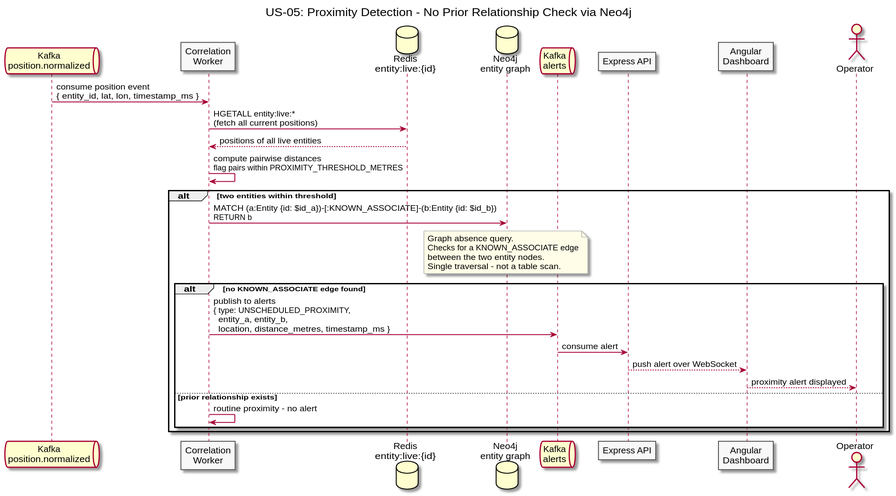
This is diagrams/docs/use-cases/US-05-unscheduled-proximity/proximity-detection.svg from Buffden/sentinel, a PlantUML export, as it was before one commit. Source of this version:
```plantuml
@startuml proximity-detection
title US-05: Proximity Detection - No Prior Relationship Check via Neo4j

skinparam sequenceArrowThickness 1.5
skinparam participantBorderColor #555555
skinparam participantBackgroundColor #F8F8F8
skinparam noteBorderColor #AAAAAA
skinparam noteBackgroundColor #FFFDE7

queue "Kafka\nposition.normalized" as Kafka
participant "Correlation\nWorker" as Correlation
database "Redis\nentity:live:{id}" as Redis
database "Neo4j\nentity graph" as Neo4j
queue "Kafka\nalerts" as Alerts
participant "Express API" as API
participant "Angular\nDashboard" as Dashboard
actor Operator

Kafka -> Correlation : consume position event\n{ entity_id, lat, lon, timestamp_ms }

Correlation -> Redis : HGETALL entity:live:*\n(fetch all current positions)
Redis --> Correlation : positions of all live entities

Correlation -> Correlation : compute pairwise distances\nflag pairs within PROXIMITY_THRESHOLD_METRES

alt two entities within threshold
  Correlation -> Neo4j : MATCH (a:Entity {id: $id_a})-[:KNOWN_ASSOCIATE]-(b:Entity {id: $id_b})\nRETURN b

  note over Neo4j
    Graph absence query.
    Checks for a KNOWN_ASSOCIATE edge
    between the two entity nodes.
    Single traversal - not a table scan.
  end note

  alt no KNOWN_ASSOCIATE edge found
    Correlation -> Alerts : publish to alerts\n{ type: UNSCHEDULED_PROXIMITY,\n  entity_a, entity_b,\n  location, distance_metres, timestamp_ms }
    Alerts -> API : consume alert
    API --> Dashboard : push alert over WebSocket
    Dashboard --> Operator : proximity alert displayed
  else prior relationship exists
    Correlation -> Correlation : routine proximity - no alert
  end
end

@enduml
```
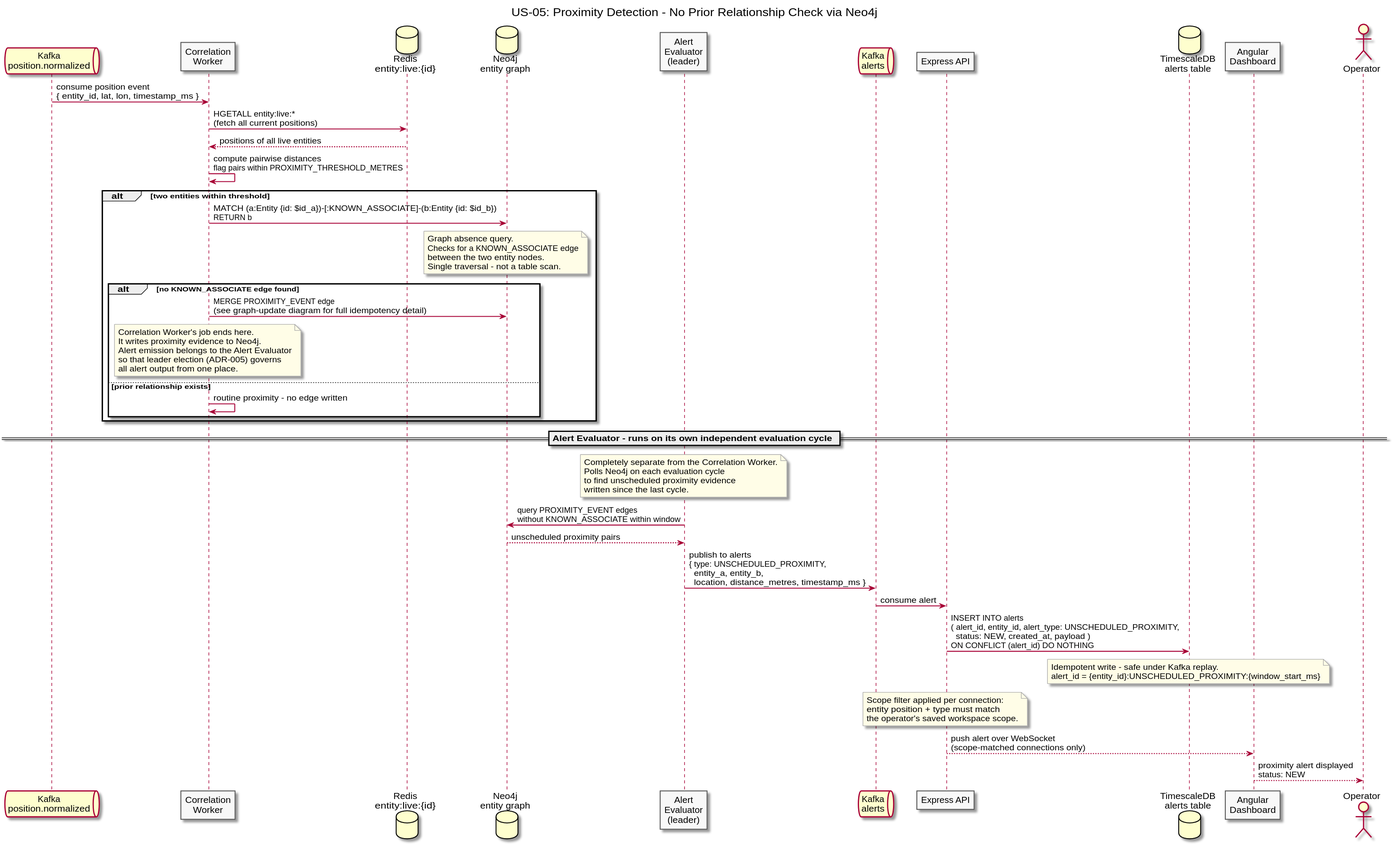
After the commit.

What changed in the source:
```diff
@@ -11,8 +11,10 @@
 participant "Correlation\nWorker" as Correlation
 database "Redis\nentity:live:{id}" as Redis
 database "Neo4j\nentity graph" as Neo4j
+participant "Alert\nEvaluator\n(leader)" as Evaluator
 queue "Kafka\nalerts" as Alerts
 participant "Express API" as API
+database "TimescaleDB\nalerts table" as TSDB
 participant "Angular\nDashboard" as Dashboard
 actor Operator
 
@@ -34,13 +36,48 @@
   end note
 
   alt no KNOWN_ASSOCIATE edge found
-    Correlation -> Alerts : publish to alerts\n{ type: UNSCHEDULED_PROXIMITY,\n  entity_a, entity_b,\n  location, distance_metres, timestamp_ms }
-    Alerts -> API : consume alert
-    API --> Dashboard : push alert over WebSocket
-    Dashboard --> Operator : proximity alert displayed
+    Correlation -> Neo4j : MERGE PROXIMITY_EVENT edge\n(see graph-update diagram for full idempotency detail)
+
+    note over Correlation
+      Correlation Worker's job ends here.
+      It writes proximity evidence to Neo4j.
+      Alert emission belongs to the Alert Evaluator
+      so that leader election (ADR-005) governs
+      all alert output from one place.
+    end note
   else prior relationship exists
-    Correlation -> Correlation : routine proximity - no alert
+    Correlation -> Correlation : routine proximity - no edge written
   end
 end
 
+== Alert Evaluator - runs on its own independent evaluation cycle ==
+
+note over Evaluator
+  Completely separate from the Correlation Worker.
+  Polls Neo4j on each evaluation cycle
+  to find unscheduled proximity evidence
+  written since the last cycle.
+end note
+
+Evaluator -> Neo4j : query PROXIMITY_EVENT edges\nwithout KNOWN_ASSOCIATE within window
+Neo4j --> Evaluator : unscheduled proximity pairs
+Evaluator -> Alerts : publish to alerts\n{ type: UNSCHEDULED_PROXIMITY,\n  entity_a, entity_b,\n  location, distance_metres, timestamp_ms }
+
+Alerts -> API : consume alert
+API -> TSDB : INSERT INTO alerts\n( alert_id, entity_id, alert_type: UNSCHEDULED_PROXIMITY,\n  status: NEW, created_at, payload )\nON CONFLICT (alert_id) DO NOTHING
+
+note over TSDB
+  Idempotent write - safe under Kafka replay.
+  alert_id = {entity_id}:UNSCHEDULED_PROXIMITY:{window_start_ms}
+end note
+
+note over API
+  Scope filter applied per connection:
+  entity position + type must match
+  the operator's saved workspace scope.
+end note
+
+API --> Dashboard : push alert over WebSocket\n(scope-matched connections only)
+Dashboard --> Operator : proximity alert displayed\nstatus: NEW
+
 @enduml
```
